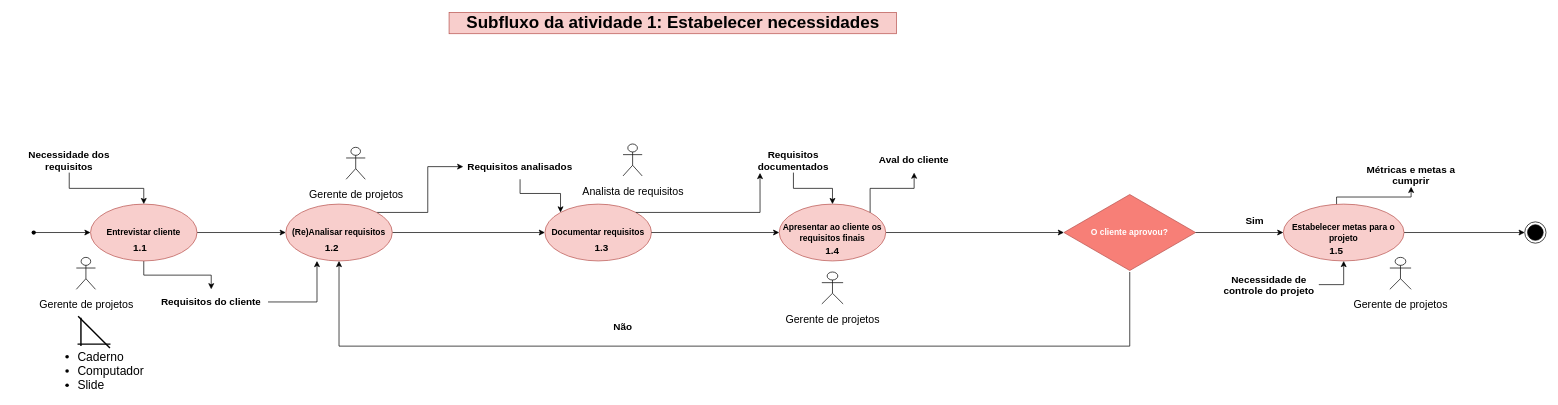
helloisasilva/Processo-de-engenharia-de-software-para-App-mobile keeps this draw.io diagram as page "Subfluxo atv 1" (2 of 8) of Diagrama sem nome.drawio. Above is the earlier version. Source tidied: cells renumbered, new cells numbered last; positions are measured from the earlier drawing's top-left corner, leaving out a move shared by most shapes. Both pictures are drawn from the tidied source at 71%, with x=0, y=0 at pixel (12, 12).
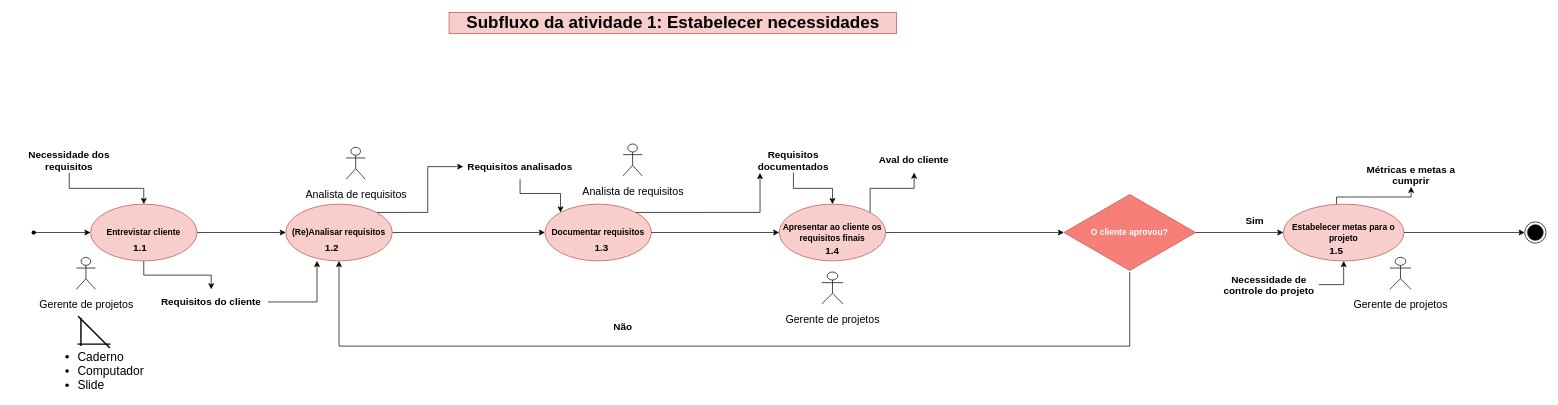
The same diagram, later.

Change to the diagram source:
```diff
@@
-    <mxCell id="33" value="&lt;font style=&quot;font-size: 15px;&quot;&gt;Gerente de projetos&lt;/font&gt;" style="shape=umlActor;verticalLabelPosition=bottom;verticalAlign=top;html=1;fontSize=21;" parent="1" vertex="1">
+    <mxCell id="33" value="&lt;font style=&quot;font-size: 15px;&quot;&gt;Analista de requisitos&lt;/font&gt;" style="shape=umlActor;verticalLabelPosition=bottom;verticalAlign=top;html=1;fontSize=21;" parent="1" vertex="1">
       <mxGeometry x="470" y="190" width="27" height="45" as="geometry" />
     </mxCell>
```
